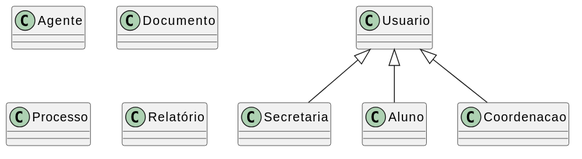
The PlantUML diagram assets/Diagramas/out/diagrama_de_classes.svg in Projetos-de-Extensao/PBE_26.1_8002_III, before a commit.
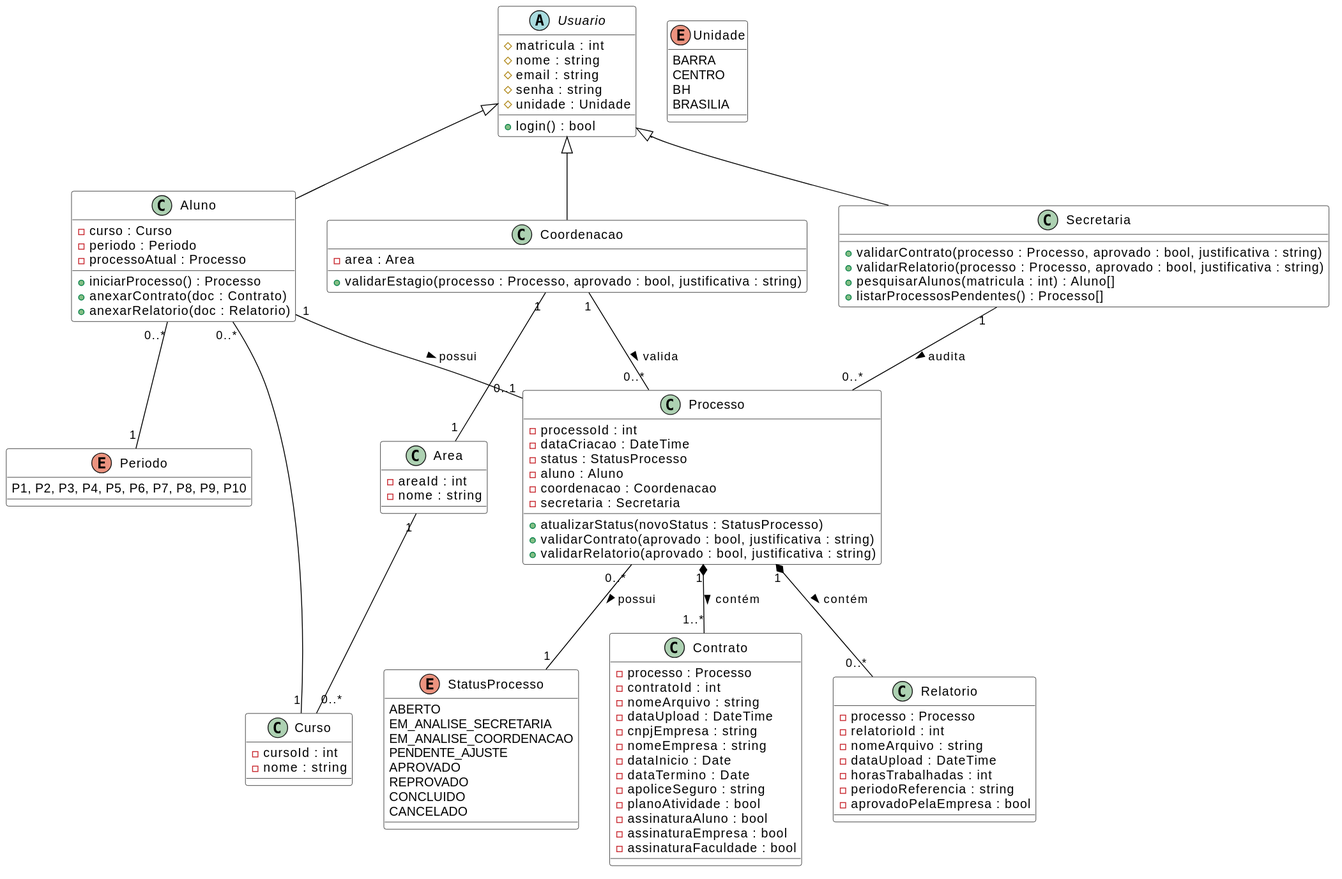
After the commit.

Change to the diagram source:
```diff
@@ -1,32 +1,123 @@
 @startuml
+skinparam class {
+BackgroundColor White
+ArrowColor Black
+BorderColor Black
+}
+
+enum StatusProcesso {
+ABERTO
+EM_ANALISE_SECRETARIA
+EM_ANALISE_COORDENACAO
+PENDENTE_AJUSTE
+APROVADO
+REPROVADO
+CONCLUIDO
+CANCELADO
+}
+
+enum Unidade {
+BARRA
+CENTRO
+BH
+BRASILIA
+}
+
+enum Periodo {
+P1, P2, P3, P4, P5, P6, P7, P8, P9, P10
+}
 
 
-class Secretaria extends Usuario {
-
+abstract class Usuario {
+# matricula : int
+# nome : string
+# email : string
+# senha : string
+# unidade : Unidade
++ login() : bool
 }
 
 class Aluno extends Usuario {
+- curso : Curso
+- periodo : Periodo
+- processoAtual : Processo
++ iniciarProcesso() : Processo
++ anexarContrato(doc : Contrato)
++ anexarRelatorio(doc : Relatorio)
+}
 
+class Secretaria extends Usuario {
++ validarContrato(processo : Processo, aprovado : bool, justificativa : string)
++ validarRelatorio(processo : Processo, aprovado : bool, justificativa : string)
++ pesquisarAlunos(matricula : int) : Aluno[]
++ listarProcessosPendentes() : Processo[]
 }
 
 class Coordenacao extends Usuario {
-
-}
-
-class Agente {
-
-}
-
-class Documento {
-
+- area : Area
++ validarEstagio(processo : Processo, aprovado : bool, justificativa : string)
 }
 
 class Processo {
+- processoId : int
+- dataCriacao : DateTime
+- status : StatusProcesso
+- aluno : Aluno
+- coordenacao : Coordenacao
+- secretaria : Secretaria
++ atualizarStatus(novoStatus : StatusProcesso)
++ validarContrato(aprovado : bool, justificativa : string)
++ validarRelatorio(aprovado : bool, justificativa : string)
+}
 
+class Contrato {
+- processo : Processo
+- contratoId : int
+- nomeArquivo : string
+- dataUpload : DateTime
+- cnpjEmpresa : string
+- nomeEmpresa : string
+- dataInicio : Date
+- dataTermino : Date
+- apoliceSeguro : string
+- planoAtividade : bool
+- assinaturaAluno : bool
+- assinaturaEmpresa : bool
+- assinaturaFaculdade : bool
+}
+
+class Relatorio {
+- processo : Processo
+- relatorioId : int
+- nomeArquivo : string
+- dataUpload : DateTime
+- horasTrabalhadas : int
+- periodoReferencia : string
+- aprovadoPelaEmpresa : bool
+}
+
+class Curso {
+- cursoId : int
+- nome : string
+}
+
+class Area {
+- areaId : int
+- nome : string
 }
 
 
-class Relatório {
+Aluno "0..*" -- "1" Curso
+Aluno "0..*" -- "1" Periodo
 
-}
+Area "1" -- "0..*" Curso
+Coordenacao "1" -- "1" Area
+
+Aluno "1" -- "0..1" Processo : possui >
+Secretaria "1" -- "0..*" Processo : audita >
+Coordenacao "1" -- "0..*" Processo : valida >
+
+Processo "1" *-- "1..*" Contrato : contém >
+Processo "1" *-- "0..*" Relatorio : contém >
+Processo "0..*" -- "1" StatusProcesso : possui >
 @enduml
```
